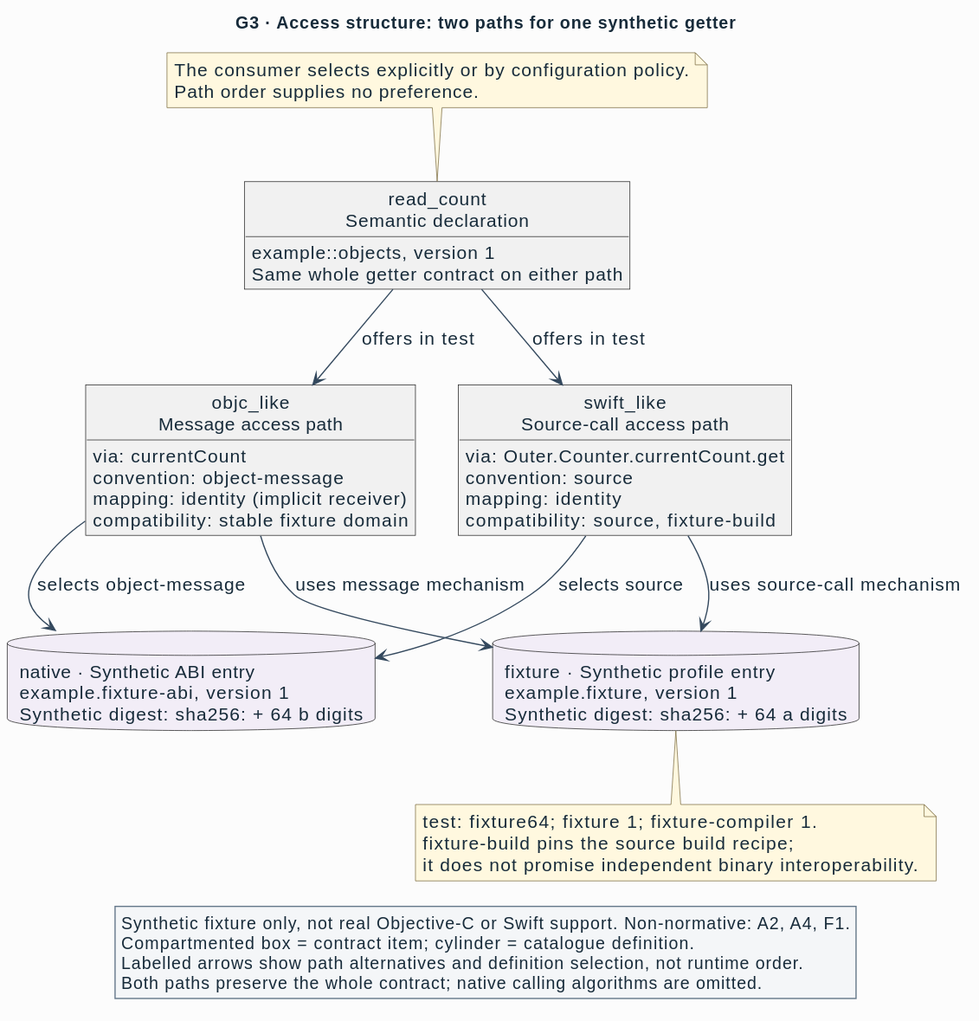
Above: semantic/specification/interface-language/figures/g3-access.svg in Linkuistics/APIAnyware (PlantUML), before the change. Its source is kept beside it as semantic/specification/interface-language/figures/g3-access.puml. Source of this version:
```plantuml
@startuml
!include style/ail.puml
allowmixing
hide circle
hide empty methods
title G3 · Access structure: two paths for one synthetic getter
top to bottom direction
class "read_count\nSemantic declaration" as getter {
  example::objects, version 1
  Same whole getter contract on either path
}
class "objc_like\nMessage access path" as message {
  via: currentCount
  convention: object-message
  {field} mapping: identity (implicit receiver)
  compatibility: stable fixture domain
}
class "swift_like\nSource-call access path" as source {
  via: Outer.Counter.currentCount.get
  convention: source
  mapping: identity
  compatibility: source, fixture-build
}
$catalogue(abi, "native · Synthetic ABI entry\nexample.fixture-abi, version 1\nSynthetic digest: sha256: + 64 b digits")
$catalogue(profile, "fixture · Synthetic profile entry\nexample.fixture, version 1\nSynthetic digest: sha256: + 64 a digits")
getter --> message : offers in test
getter --> source : offers in test
message --> abi : selects object-message
source --> abi : selects source
message --> profile : uses message mechanism
source --> profile : uses source-call mechanism
note top of getter
  The consumer selects explicitly or by configuration policy.
  Path order supplies no preference.
end note
note bottom of profile
  test: fixture64; fixture 1; fixture-compiler 1.
  fixture-build pins the source build recipe;
  it does not promise independent binary interoperability.
end note
legend bottom
  Synthetic fixture only, not real Objective-C or Swift support. Non-normative: A2, A4, F1.
  Compartmented box = contract item; cylinder = catalogue definition.
  Labelled arrows show path alternatives and definition selection, not runtime order.
  Both paths preserve the whole contract; native calling algorithms are omitted.
endlegend
@enduml
```
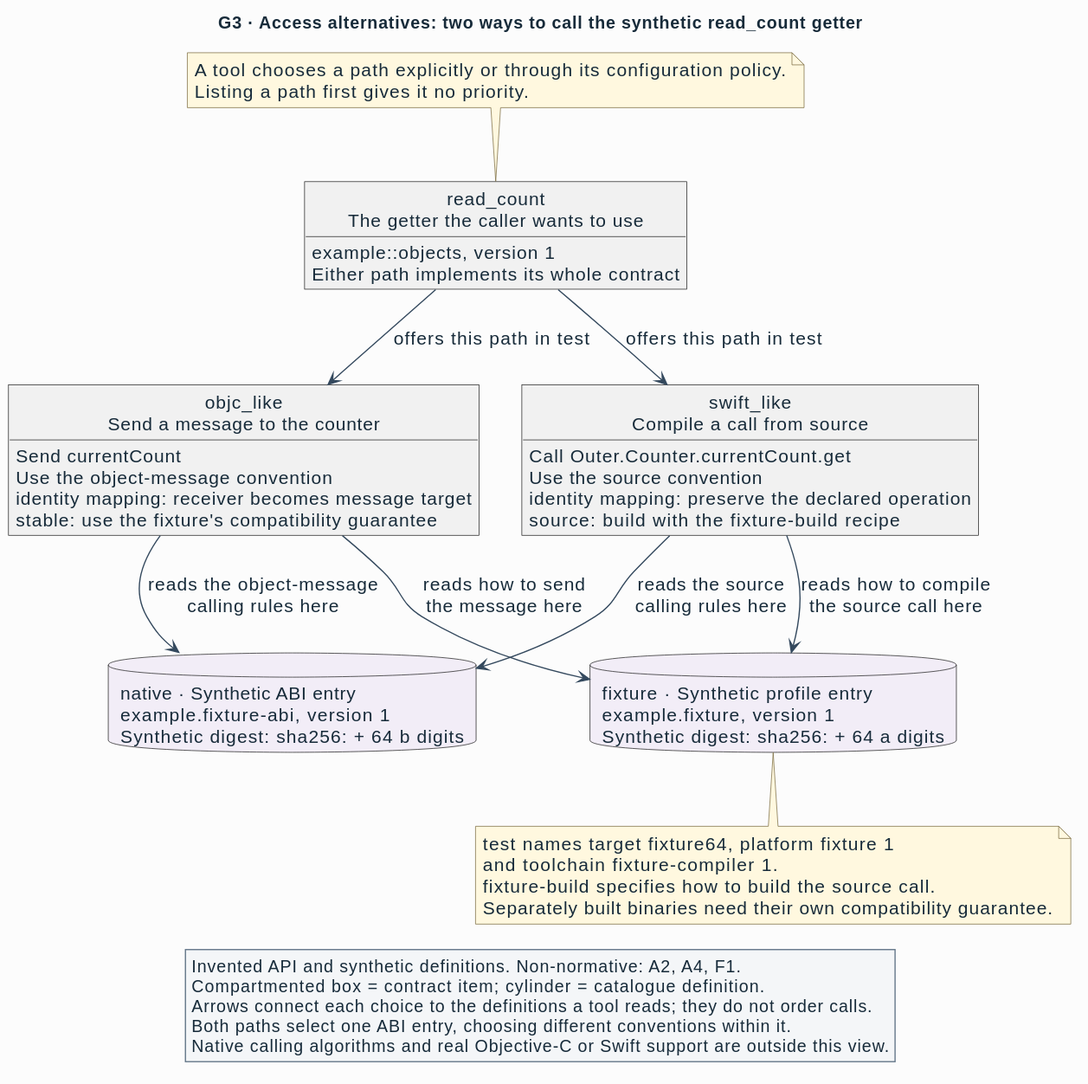
Later version of the same file.

Change to the diagram source:
```diff
@@ -3,45 +3,47 @@
 allowmixing
 hide circle
 hide empty methods
-title G3 · Access structure: two paths for one synthetic getter
+title G3 · Access alternatives: two ways to call the synthetic read_count getter
 top to bottom direction
-class "read_count\nSemantic declaration" as getter {
+class "read_count\nThe getter the caller wants to use" as getter {
   example::objects, version 1
-  Same whole getter contract on either path
+  Either path implements its whole contract
 }
-class "objc_like\nMessage access path" as message {
-  via: currentCount
-  convention: object-message
-  {field} mapping: identity (implicit receiver)
-  compatibility: stable fixture domain
+class "objc_like\nSend a message to the counter" as message {
+  Send currentCount
+  Use the object-message convention
+  {field} identity mapping: receiver becomes message target
+  stable: use the fixture's compatibility guarantee
 }
-class "swift_like\nSource-call access path" as source {
-  via: Outer.Counter.currentCount.get
-  convention: source
-  mapping: identity
-  compatibility: source, fixture-build
+class "swift_like\nCompile a call from source" as source {
+  Call Outer.Counter.currentCount.get
+  Use the source convention
+  identity mapping: preserve the declared operation
+  source: build with the fixture-build recipe
 }
 $catalogue(abi, "native · Synthetic ABI entry\nexample.fixture-abi, version 1\nSynthetic digest: sha256: + 64 b digits")
 $catalogue(profile, "fixture · Synthetic profile entry\nexample.fixture, version 1\nSynthetic digest: sha256: + 64 a digits")
-getter --> message : offers in test
-getter --> source : offers in test
-message --> abi : selects object-message
-source --> abi : selects source
-message --> profile : uses message mechanism
-source --> profile : uses source-call mechanism
+getter --> message : offers this path in test
+getter --> source : offers this path in test
+message --> abi : reads the object-message\ncalling rules here
+source --> abi : reads the source\ncalling rules here
+message --> profile : reads how to send\nthe message here
+source --> profile : reads how to compile\nthe source call here
 note top of getter
-  The consumer selects explicitly or by configuration policy.
-  Path order supplies no preference.
+  A tool chooses a path explicitly or through its configuration policy.
+  Listing a path first gives it no priority.
 end note
 note bottom of profile
-  test: fixture64; fixture 1; fixture-compiler 1.
-  fixture-build pins the source build recipe;
-  it does not promise independent binary interoperability.
+  test names target fixture64, platform fixture 1
+  and toolchain fixture-compiler 1.
+  fixture-build specifies how to build the source call.
+  Separately built binaries need their own compatibility guarantee.
 end note
 legend bottom
-  Synthetic fixture only, not real Objective-C or Swift support. Non-normative: A2, A4, F1.
+  Invented API and synthetic definitions. Non-normative: A2, A4, F1.
   Compartmented box = contract item; cylinder = catalogue definition.
-  Labelled arrows show path alternatives and definition selection, not runtime order.
-  Both paths preserve the whole contract; native calling algorithms are omitted.
+  Arrows connect each choice to the definitions a tool reads; they do not order calls.
+  Both paths select one ABI entry, choosing different conventions within it.
+  Native calling algorithms and real Objective-C or Swift support are outside this view.
 endlegend
 @enduml
```
